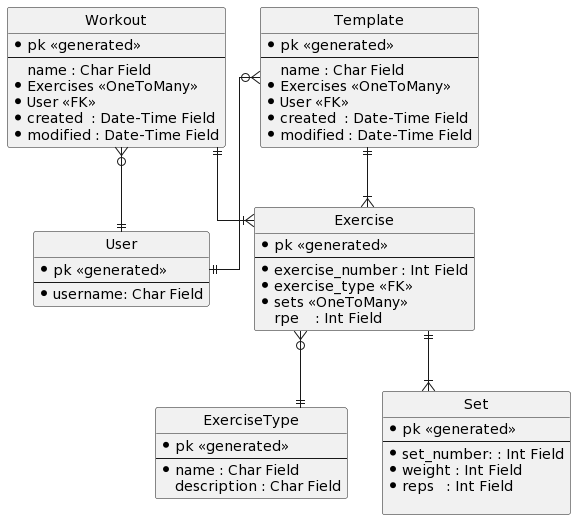
Tharindu-h/workout_tracker keeps this PlantUML diagram as design/er-diagram.png. Above is the earlier version.
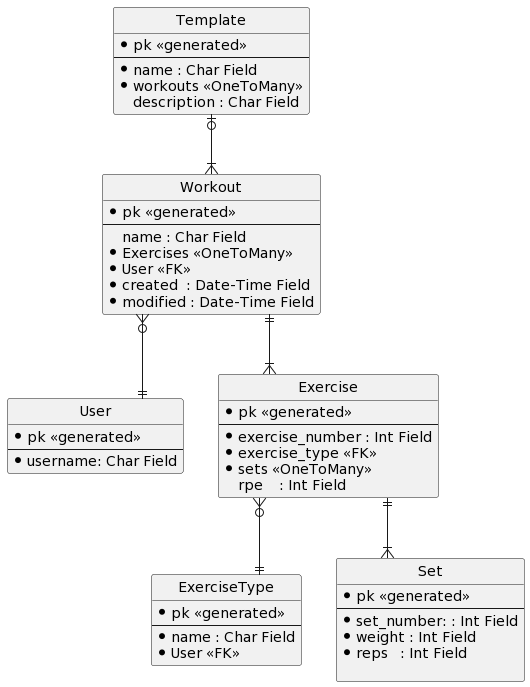
After the change.

Commit message:
Re-design the ER-diagram

Change to the diagram source:
```diff
@@ -32,7 +32,7 @@
    * pk <<generated>>
    ---
    * name : Char Field
-     description : Char Field
+   * User <<FK>>
 }
 
 entity Set {
@@ -47,17 +47,14 @@
 entity Template {
    * pk <<generated>>
    ---
-     name : Char Field
-   * Exercises <<OneToMany>>
-   * User <<FK>>
-   * created  : Date-Time Field
-   * modified : Date-Time Field
+   * name : Char Field
+   * workouts <<OneToMany>>
+     description : Char Field
 }
 
 Workout }o--|| User
 Workout ||--|{ Exercise
 Exercise }o--|| ExerciseType
 Exercise ||--|{ Set
-Template }o--|| User
-Template ||--|{ Exercise
+Template |o--|{ Workout
 @enduml
```
